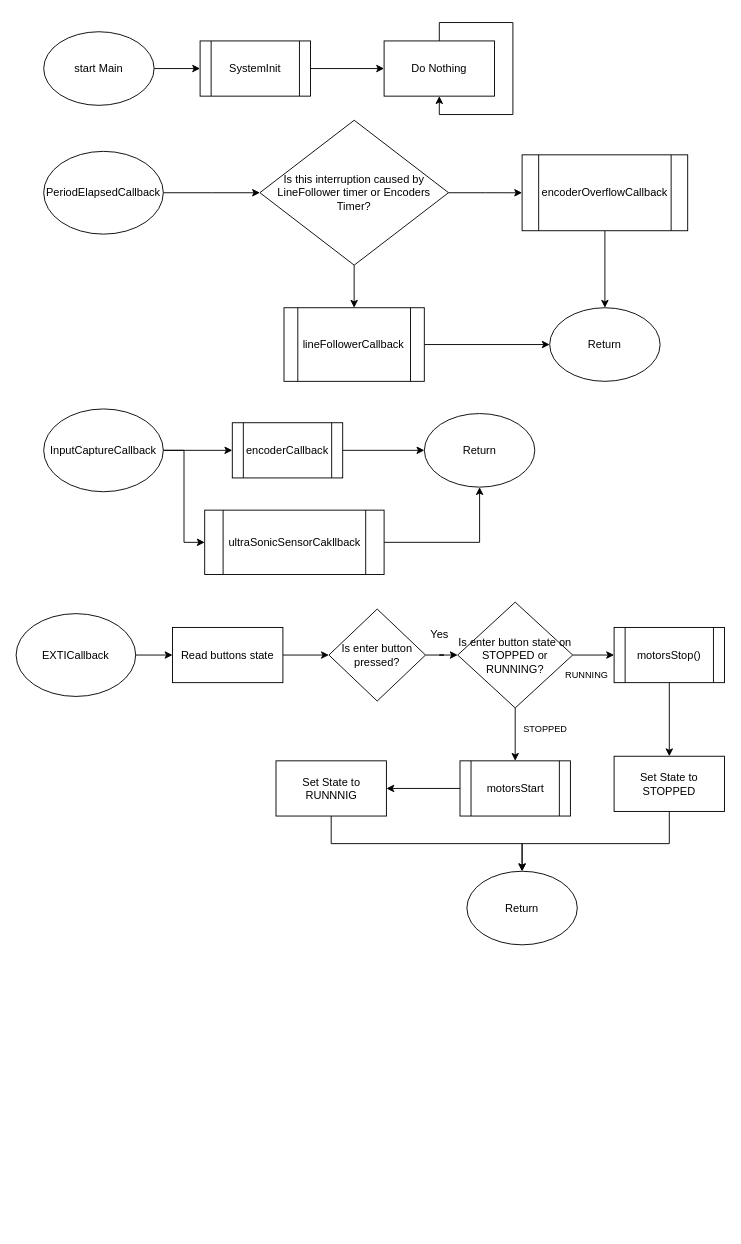
Above: FluxogramaMain.drawio in gabrielhaj/ES070 (draw.io), before the change. Source tidied: cells renumbered, new cells numbered last; positions are measured from the earlier drawing's top-left corner, leaving out a move shared by most shapes. Both pictures are drawn from the tidied source at 92%, with x=0, y=0 at pixel (16, 31).
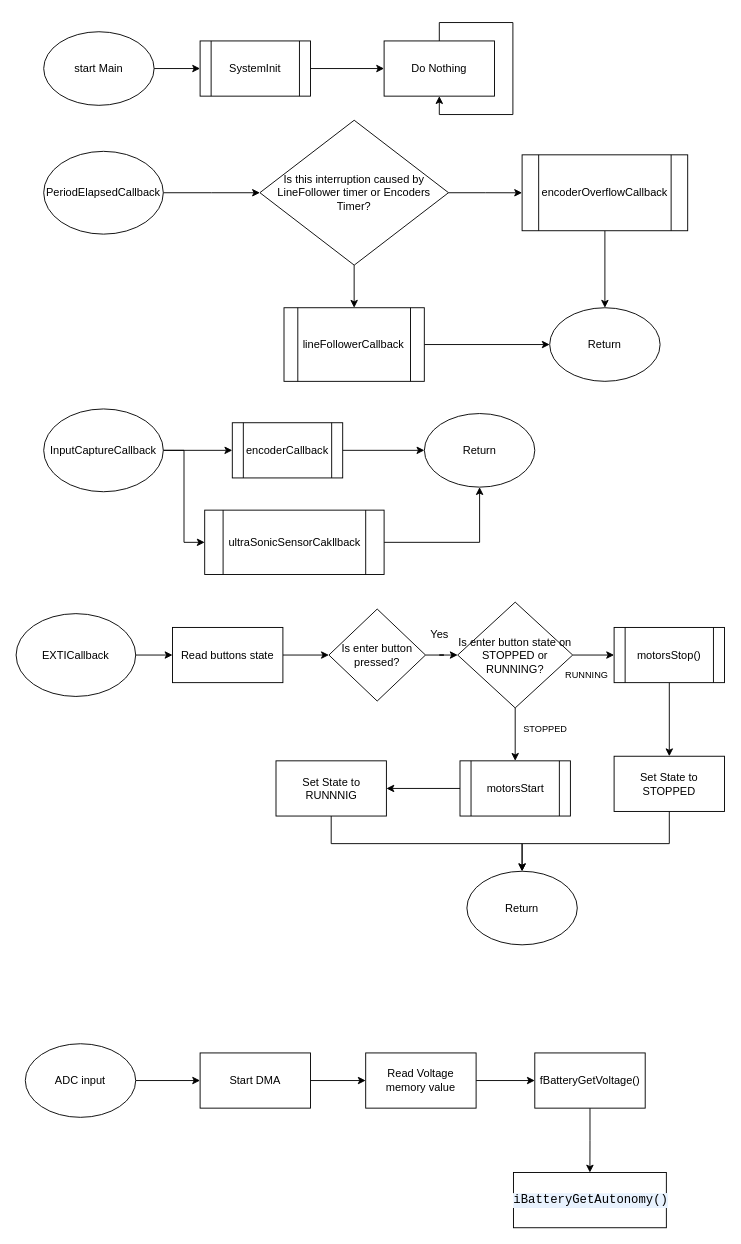
After the change.

The edit, as a diff of the source:
```diff
@@
+    <mxCell id="47" style="edgeStyle=orthogonalEdgeStyle;rounded=0;jettySize=auto;html=1;" parent="1" edge="1" source="48" target="50">
+      <mxGeometry relative="1" as="geometry" />
+    </mxCell>
+    <mxCell id="48" value="ADC input" style="ellipse;whiteSpace=wrap;html=1;" parent="1" vertex="1">
+      <mxGeometry x="10" y="1100" width="120" height="80" as="geometry" />
+    </mxCell>
+    <mxCell id="49" style="edgeStyle=orthogonalEdgeStyle;rounded=0;jettySize=auto;html=1;entryX=0;entryY=0.5;entryDx=0;entryDy=0;" parent="1" edge="1" source="50" target="52">
+      <mxGeometry relative="1" as="geometry" />
+    </mxCell>
+    <mxCell id="50" value="Start DMA" style="rounded=0;whiteSpace=wrap;html=1;" parent="1" vertex="1">
+      <mxGeometry x="200" y="1110" width="120" height="60" as="geometry" />
+    </mxCell>
+    <mxCell id="51" style="edgeStyle=orthogonalEdgeStyle;rounded=0;jettySize=auto;html=1;" parent="1" edge="1" source="52" target="54">
+      <mxGeometry relative="1" as="geometry" />
+    </mxCell>
+    <mxCell id="52" value="Read Voltage memory value" style="rounded=0;whiteSpace=wrap;html=1;" parent="1" vertex="1">
+      <mxGeometry x="380" y="1110" width="120" height="60" as="geometry" />
+    </mxCell>
+    <mxCell id="53" style="edgeStyle=orthogonalEdgeStyle;rounded=0;jettySize=auto;html=1;" parent="1" edge="1" source="54" target="55">
+      <mxGeometry relative="1" as="geometry" />
+    </mxCell>
+    <mxCell id="54" value="fBatteryGetVoltage()" style="rounded=0;whiteSpace=wrap;html=1;" parent="1" vertex="1">
+      <mxGeometry x="563.8" y="1110" width="120" height="60" as="geometry" />
+    </mxCell>
+    <mxCell id="55" value="&lt;div style=&quot;background-color:#ffffff;padding:0px 0px 0px 2px;&quot;&gt;&lt;div style=&quot;font-family: Consolas; font-size: 10pt;&quot;&gt;&lt;p style=&quot;background-color:#e8f2fe;margin:0;&quot;&gt;iBatteryGetAutonomy()&lt;/p&gt;&lt;/div&gt;&lt;/div&gt;" style="rounded=0;whiteSpace=wrap;html=1;" parent="1" vertex="1">
+      <mxGeometry x="540.6" y="1240" width="166.2" height="60" as="geometry" />
+    </mxCell>
```
